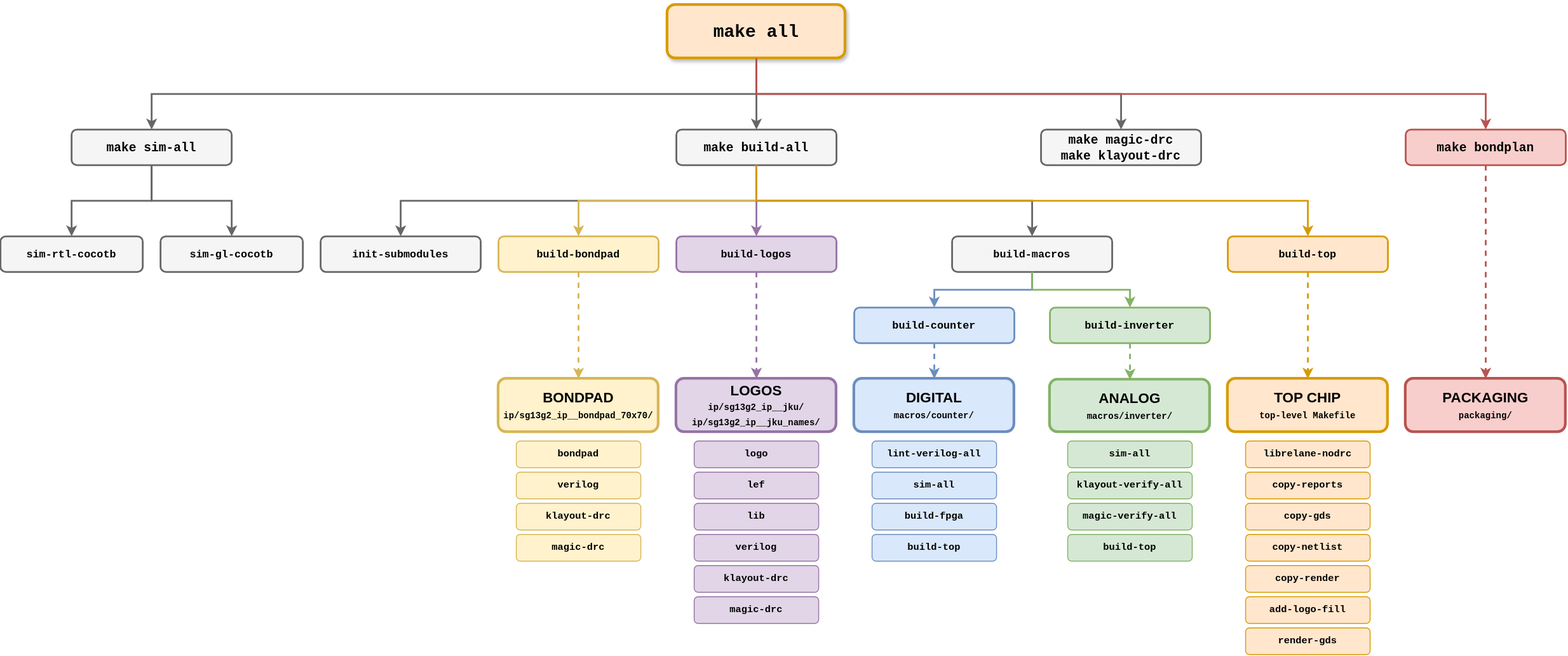
Earlier version of the draw.io export tutorial/fig/targets_overview/targets_overview.svg (iic-jku/ihp-sg13g2-ams-chip-template). Source tidied: cells renumbered, new cells last; positions are measured from the earlier drawing's top-left corner, leaving out a move shared by most shapes.
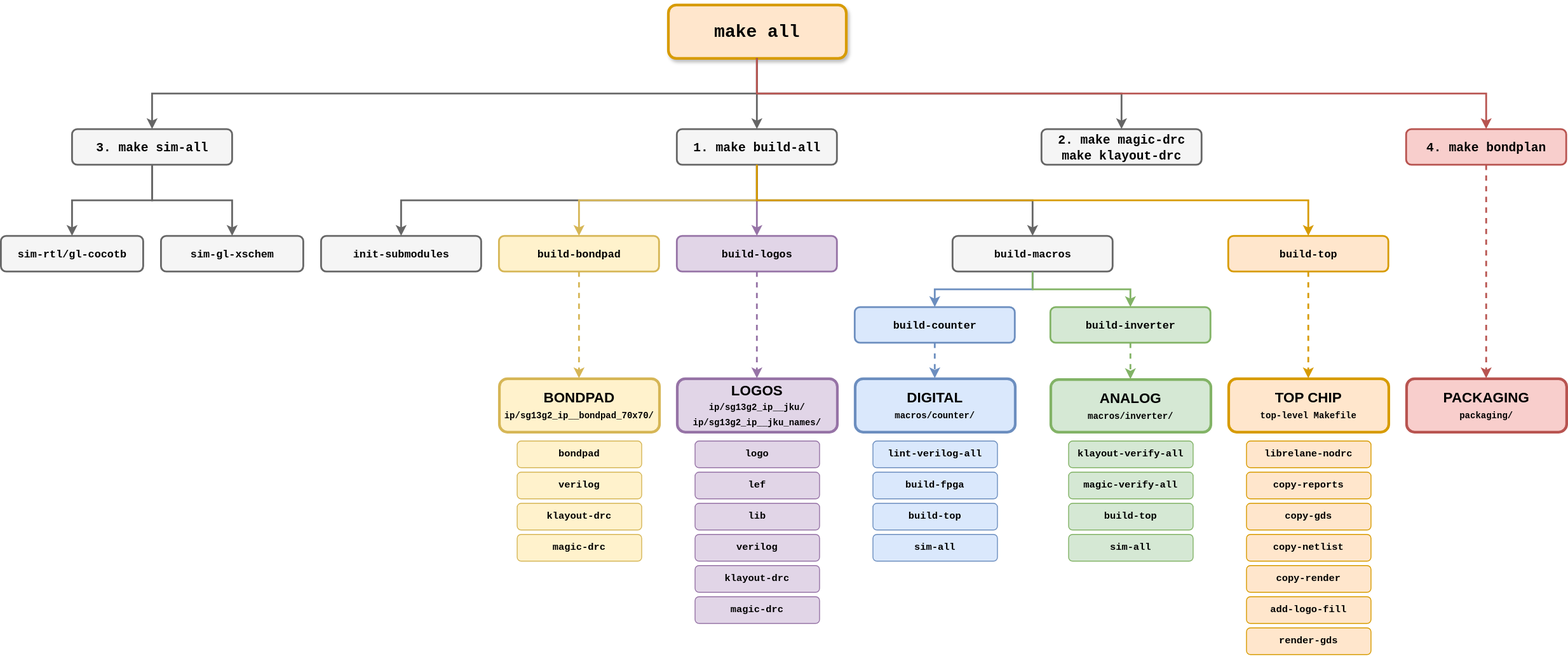
Later version of the same file.

Commit message:
updated `targets_overview` figure

The edit, as a diff of the source:
```diff
@@ -5,21 +5,21 @@
     <mxCell id="2" value="&lt;font face=&quot;Courier New&quot; style=&quot;font-size: 20px;&quot;&gt;&lt;b&gt;make all&lt;/b&gt;&lt;/font&gt;" style="rounded=1;whiteSpace=wrap;html=1;fontSize=18;fillColor=#ffe6cc;strokeColor=#d79b00;strokeWidth=3;shadow=1;fontStyle=1;verticalAlign=middle;sketch=0;" parent="1" vertex="1">
       <mxGeometry x="750" width="200" height="60" as="geometry" />
     </mxCell>
-    <mxCell id="3" value="&lt;font face=&quot;Courier New&quot;&gt;&lt;b&gt;make sim-all&lt;/b&gt;&lt;/font&gt;" style="rounded=1;whiteSpace=wrap;html=1;fontSize=14;fillColor=#f5f5f5;strokeColor=#666666;strokeWidth=2;fontStyle=1;verticalAlign=middle;sketch=0;" parent="1" vertex="1">
+    <mxCell id="3" value="&lt;font face=&quot;Courier New&quot;&gt;&lt;b&gt;3. make sim-all&lt;/b&gt;&lt;/font&gt;" style="rounded=1;whiteSpace=wrap;html=1;fontSize=14;fillColor=#f5f5f5;strokeColor=#666666;strokeWidth=2;fontStyle=1;verticalAlign=middle;sketch=0;" parent="1" vertex="1">
       <mxGeometry x="80" y="140" width="180" height="40" as="geometry" />
     </mxCell>
-    <mxCell id="4" value="&lt;font face=&quot;Courier New&quot;&gt;&lt;b&gt;make build-all&lt;/b&gt;&lt;/font&gt;" style="rounded=1;whiteSpace=wrap;html=1;fontSize=14;fillColor=#f5f5f5;strokeColor=#666666;strokeWidth=2;fontStyle=1;verticalAlign=middle;sketch=0;" parent="1" vertex="1">
+    <mxCell id="4" value="&lt;font face=&quot;Courier New&quot;&gt;&lt;b&gt;1. make build-all&lt;/b&gt;&lt;/font&gt;" style="rounded=1;whiteSpace=wrap;html=1;fontSize=14;fillColor=#f5f5f5;strokeColor=#666666;strokeWidth=2;fontStyle=1;verticalAlign=middle;sketch=0;" parent="1" vertex="1">
       <mxGeometry x="760" y="140" width="180" height="40" as="geometry" />
     </mxCell>
-    <mxCell id="5" value="&lt;font face=&quot;Courier New&quot;&gt;&lt;b&gt;make magic-drc&lt;/b&gt;&lt;/font&gt;&lt;font style=&quot;font-size: 11px;&quot;&gt;&lt;br&gt;&lt;/font&gt;&lt;div&gt;&lt;font face=&quot;Courier New&quot;&gt;&lt;b&gt;make klayout-drc&lt;/b&gt;&lt;/font&gt;&lt;/div&gt;" style="rounded=1;whiteSpace=wrap;html=1;fontSize=14;fillColor=#f5f5f5;strokeColor=#666666;strokeWidth=2;fontStyle=1;verticalAlign=middle;sketch=0;" parent="1" vertex="1">
+    <mxCell id="5" value="&lt;font face=&quot;Courier New&quot;&gt;&lt;b&gt;2. make magic-drc&lt;/b&gt;&lt;/font&gt;&lt;div&gt;&lt;font face=&quot;Courier New&quot;&gt;&lt;b&gt;make klayout-drc&lt;/b&gt;&lt;/font&gt;&lt;/div&gt;" style="rounded=1;whiteSpace=wrap;html=1;fontSize=14;fillColor=#f5f5f5;strokeColor=#666666;strokeWidth=2;fontStyle=1;verticalAlign=middle;sketch=0;" parent="1" vertex="1">
       <mxGeometry x="1170" y="140" width="180" height="40" as="geometry" />
     </mxCell>
-    <mxCell id="6" value="&lt;font face=&quot;Courier New&quot; style=&quot;font-size: 12px;&quot;&gt;&lt;b&gt;sim-rtl-cocotb&lt;/b&gt;&lt;/font&gt;" style="rounded=1;whiteSpace=wrap;html=1;fontSize=12;fillColor=#f5f5f5;strokeColor=#666666;strokeWidth=2;fontStyle=1;verticalAlign=middle;sketch=0;" parent="1" vertex="1">
-      <mxGeometry y="260" width="160" height="40" as="geometry" />
-    </mxCell>
-    <mxCell id="7" value="&lt;font face=&quot;Courier New&quot; style=&quot;font-size: 12px;&quot;&gt;&lt;b&gt;sim-gl-cocotb&lt;/b&gt;&lt;/font&gt;" style="rounded=1;whiteSpace=wrap;html=1;fontSize=12;fillColor=#f5f5f5;strokeColor=#666666;strokeWidth=2;fontStyle=1;verticalAlign=middle;sketch=0;" parent="1" vertex="1">
-      <mxGeometry x="180" y="260" width="160" height="40" as="geometry" />
+    <mxCell id="7" value="&lt;font face=&quot;Courier New&quot; style=&quot;font-size: 12px;&quot;&gt;&lt;b&gt;sim-rtl/gl-cocotb&lt;/b&gt;&lt;/font&gt;" style="rounded=1;whiteSpace=wrap;html=1;fontSize=12;fillColor=#f5f5f5;strokeColor=#666666;strokeWidth=2;fontStyle=1;verticalAlign=middle;sketch=0;" parent="1" vertex="1">
+      <mxGeometry y="260" width="160" height="40" as="geometry" />
     </mxCell>
+    <mxCell id="66" value="&lt;font face=&quot;Courier New&quot; style=&quot;font-size: 12px;&quot;&gt;&lt;b&gt;sim-gl-xschem&lt;/b&gt;&lt;/font&gt;" style="rounded=1;whiteSpace=wrap;html=1;fontSize=12;fillColor=#f5f5f5;strokeColor=#666666;strokeWidth=2;fontStyle=1;verticalAlign=middle;sketch=0;" parent="1" vertex="1">
+      <mxGeometry x="180" y="260" width="160" height="40" as="geometry" />
+    </mxCell>
     <mxCell id="8" value="&lt;font face=&quot;Courier New&quot; style=&quot;font-size: 12px;&quot;&gt;&lt;b&gt;init-submodules&lt;/b&gt;&lt;/font&gt;" style="rounded=1;whiteSpace=wrap;html=1;fontSize=12;fillColor=#f5f5f5;strokeColor=#666666;strokeWidth=2;fontStyle=1;verticalAlign=middle;sketch=0;" parent="1" vertex="1">
       <mxGeometry x="360" y="260" width="180" height="40" as="geometry" />
     </mxCell>
@@ -41,7 +41,7 @@
     <mxCell id="14" value="&lt;font face=&quot;Courier New&quot; style=&quot;font-size: 12px;&quot;&gt;&lt;b&gt;build-inverter&lt;/b&gt;&lt;/font&gt;" style="rounded=1;whiteSpace=wrap;html=1;fontSize=12;fillColor=#d5e8d4;strokeColor=#82b366;strokeWidth=2;fontStyle=1;verticalAlign=middle;sketch=0;" parent="1" vertex="1">
       <mxGeometry x="1180" y="340" width="180" height="40" as="geometry" />
     </mxCell>
-    <mxCell id="15" value="&lt;font face=&quot;Courier New&quot;&gt;&lt;b&gt;make bondplan&lt;/b&gt;&lt;/font&gt;" style="rounded=1;whiteSpace=wrap;html=1;fontSize=14;fillColor=#f8cecc;strokeColor=#b85450;strokeWidth=2;fontStyle=1;verticalAlign=middle;sketch=0;" parent="1" vertex="1">
+    <mxCell id="15" value="&lt;font face=&quot;Courier New&quot;&gt;&lt;b&gt;4. make bondplan&lt;/b&gt;&lt;/font&gt;" style="rounded=1;whiteSpace=wrap;html=1;fontSize=14;fillColor=#f8cecc;strokeColor=#b85450;strokeWidth=2;fontStyle=1;verticalAlign=middle;sketch=0;" parent="1" vertex="1">
       <mxGeometry x="1580" y="140" width="180" height="40" as="geometry" />
     </mxCell>
     <mxCell id="16" value="&lt;b style=&quot;font-size: 16px;&quot;&gt;PACKAGING&lt;/b&gt;&lt;br&gt;&lt;font style=&quot;font-size: 10px;font-family: Courier New;&quot;&gt;packaging/&lt;/font&gt;" style="rounded=1;whiteSpace=wrap;html=1;fontSize=14;fillColor=#f8cecc;strokeColor=#b85450;strokeWidth=3;fontStyle=1;verticalAlign=middle;sketch=0;" parent="1" vertex="1">
@@ -95,25 +95,25 @@
     <mxCell id="32" value="&lt;font face=&quot;Courier New&quot; style=&quot;font-size: 11px;&quot;&gt;&lt;b&gt;lint-verilog-all&lt;/b&gt;&lt;/font&gt;" style="rounded=1;whiteSpace=wrap;html=1;fontSize=11;fillColor=#dae8fc;strokeColor=#6c8ebf;strokeWidth=1;fontStyle=0;verticalAlign=middle;sketch=0;" parent="1" vertex="1">
       <mxGeometry x="980" y="490" width="140" height="30" as="geometry" />
     </mxCell>
-    <mxCell id="33" value="&lt;font face=&quot;Courier New&quot; style=&quot;font-size: 11px;&quot;&gt;&lt;b&gt;sim-all&lt;/b&gt;&lt;/font&gt;" style="rounded=1;whiteSpace=wrap;html=1;fontSize=11;fillColor=#dae8fc;strokeColor=#6c8ebf;strokeWidth=1;fontStyle=0;verticalAlign=middle;sketch=0;" parent="1" vertex="1">
+    <mxCell id="33" value="&lt;font face=&quot;Courier New&quot; style=&quot;font-size: 11px;&quot;&gt;&lt;b&gt;build-fpga&lt;/b&gt;&lt;/font&gt;" style="rounded=1;whiteSpace=wrap;html=1;fontSize=11;fillColor=#dae8fc;strokeColor=#6c8ebf;strokeWidth=1;fontStyle=0;verticalAlign=middle;sketch=0;" parent="1" vertex="1">
       <mxGeometry x="980" y="525" width="140" height="30" as="geometry" />
     </mxCell>
-    <mxCell id="34" value="&lt;font face=&quot;Courier New&quot; style=&quot;font-size: 11px;&quot;&gt;&lt;b&gt;build-fpga&lt;/b&gt;&lt;/font&gt;" style="rounded=1;whiteSpace=wrap;html=1;fontSize=11;fillColor=#dae8fc;strokeColor=#6c8ebf;strokeWidth=1;fontStyle=0;verticalAlign=middle;sketch=0;" parent="1" vertex="1">
+    <mxCell id="34" value="&lt;font face=&quot;Courier New&quot; style=&quot;font-size: 11px;&quot;&gt;&lt;b&gt;build-top&lt;/b&gt;&lt;/font&gt;" style="rounded=1;whiteSpace=wrap;html=1;fontSize=11;fillColor=#dae8fc;strokeColor=#6c8ebf;strokeWidth=1;fontStyle=0;verticalAlign=middle;sketch=0;" parent="1" vertex="1">
       <mxGeometry x="980" y="560" width="140" height="30" as="geometry" />
     </mxCell>
-    <mxCell id="35" value="&lt;font face=&quot;Courier New&quot; style=&quot;font-size: 11px;&quot;&gt;&lt;b&gt;build-top&lt;/b&gt;&lt;/font&gt;" style="rounded=1;whiteSpace=wrap;html=1;fontSize=11;fillColor=#dae8fc;strokeColor=#6c8ebf;strokeWidth=1;fontStyle=0;verticalAlign=middle;sketch=0;" parent="1" vertex="1">
+    <mxCell id="35" value="&lt;font face=&quot;Courier New&quot; style=&quot;font-size: 11px;&quot;&gt;&lt;b&gt;sim-all&lt;/b&gt;&lt;/font&gt;" style="rounded=1;whiteSpace=wrap;html=1;fontSize=11;fillColor=#dae8fc;strokeColor=#6c8ebf;strokeWidth=1;fontStyle=0;verticalAlign=middle;sketch=0;" parent="1" vertex="1">
       <mxGeometry x="980" y="595" width="140" height="30" as="geometry" />
     </mxCell>
-    <mxCell id="36" value="&lt;font face=&quot;Courier New&quot; style=&quot;font-size: 11px;&quot;&gt;&lt;b&gt;sim-all&lt;/b&gt;&lt;/font&gt;" style="rounded=1;whiteSpace=wrap;html=1;fontSize=11;fillColor=#d5e8d4;strokeColor=#82b366;strokeWidth=1;fontStyle=0;verticalAlign=middle;sketch=0;" parent="1" vertex="1">
+    <mxCell id="36" value="&lt;font face=&quot;Courier New&quot; style=&quot;font-size: 11px;&quot;&gt;&lt;b&gt;klayout-verify-all&lt;/b&gt;&lt;/font&gt;" style="rounded=1;whiteSpace=wrap;html=1;fontSize=11;fillColor=#d5e8d4;strokeColor=#82b366;strokeWidth=1;fontStyle=0;verticalAlign=middle;sketch=0;" parent="1" vertex="1">
       <mxGeometry x="1200" y="490" width="140" height="30" as="geometry" />
     </mxCell>
-    <mxCell id="37" value="&lt;font face=&quot;Courier New&quot; style=&quot;font-size: 11px;&quot;&gt;&lt;b&gt;klayout-verify-all&lt;/b&gt;&lt;/font&gt;" style="rounded=1;whiteSpace=wrap;html=1;fontSize=11;fillColor=#d5e8d4;strokeColor=#82b366;strokeWidth=1;fontStyle=0;verticalAlign=middle;sketch=0;" parent="1" vertex="1">
+    <mxCell id="37" value="&lt;font face=&quot;Courier New&quot; style=&quot;font-size: 11px;&quot;&gt;&lt;b&gt;magic-verify-all&lt;/b&gt;&lt;/font&gt;" style="rounded=1;whiteSpace=wrap;html=1;fontSize=11;fillColor=#d5e8d4;strokeColor=#82b366;strokeWidth=1;fontStyle=0;verticalAlign=middle;sketch=0;" parent="1" vertex="1">
       <mxGeometry x="1200" y="525" width="140" height="30" as="geometry" />
     </mxCell>
-    <mxCell id="38" value="&lt;font face=&quot;Courier New&quot; style=&quot;font-size: 11px;&quot;&gt;&lt;b&gt;magic-verify-all&lt;/b&gt;&lt;/font&gt;" style="rounded=1;whiteSpace=wrap;html=1;fontSize=11;fillColor=#d5e8d4;strokeColor=#82b366;strokeWidth=1;fontStyle=0;verticalAlign=middle;sketch=0;" parent="1" vertex="1">
+    <mxCell id="38" value="&lt;font face=&quot;Courier New&quot; style=&quot;font-size: 11px;&quot;&gt;&lt;b&gt;build-top&lt;/b&gt;&lt;/font&gt;" style="rounded=1;whiteSpace=wrap;html=1;fontSize=11;fillColor=#d5e8d4;strokeColor=#82b366;strokeWidth=1;fontStyle=0;verticalAlign=middle;sketch=0;" parent="1" vertex="1">
       <mxGeometry x="1200" y="560" width="140" height="30" as="geometry" />
     </mxCell>
-    <mxCell id="39" value="&lt;font face=&quot;Courier New&quot; style=&quot;font-size: 11px;&quot;&gt;&lt;b&gt;build-top&lt;/b&gt;&lt;/font&gt;" style="rounded=1;whiteSpace=wrap;html=1;fontSize=11;fillColor=#d5e8d4;strokeColor=#82b366;strokeWidth=1;fontStyle=0;verticalAlign=middle;sketch=0;" parent="1" vertex="1">
+    <mxCell id="39" value="&lt;font face=&quot;Courier New&quot; style=&quot;font-size: 11px;&quot;&gt;&lt;b&gt;sim-all&lt;/b&gt;&lt;/font&gt;" style="rounded=1;whiteSpace=wrap;html=1;fontSize=11;fillColor=#d5e8d4;strokeColor=#82b366;strokeWidth=1;fontStyle=0;verticalAlign=middle;sketch=0;" parent="1" vertex="1">
       <mxGeometry x="1200" y="595" width="140" height="30" as="geometry" />
     </mxCell>
     <mxCell id="40" value="&lt;font face=&quot;Courier New&quot; style=&quot;font-size: 11px;&quot;&gt;&lt;b&gt;librelane-nodrc&lt;/b&gt;&lt;/font&gt;" style="rounded=1;whiteSpace=wrap;html=1;fontSize=11;fillColor=#ffe6cc;strokeColor=#d79b00;strokeWidth=1;fontStyle=0;verticalAlign=middle;sketch=0;" parent="1" vertex="1">
@@ -161,12 +161,12 @@
         </Array>
       </mxGeometry>
     </mxCell>
-    <mxCell id="50" style="edgeStyle=orthogonalEdgeStyle;rounded=0;jettySize=auto;html=1;exitX=0.5;exitY=1;exitDx=0;exitDy=0;entryX=0.5;entryY=0;entryDx=0;entryDy=0;strokeColor=#666666;strokeWidth=2;endArrow=classic;endFill=1;" parent="1" edge="1" source="3" target="6">
-      <mxGeometry relative="1" as="geometry" />
-    </mxCell>
     <mxCell id="51" style="edgeStyle=orthogonalEdgeStyle;rounded=0;jettySize=auto;html=1;exitX=0.5;exitY=1;exitDx=0;exitDy=0;entryX=0.5;entryY=0;entryDx=0;entryDy=0;strokeColor=#666666;strokeWidth=2;endArrow=classic;endFill=1;" parent="1" edge="1" source="3" target="7">
       <mxGeometry relative="1" as="geometry" />
     </mxCell>
+    <mxCell id="67" style="edgeStyle=orthogonalEdgeStyle;rounded=0;jettySize=auto;html=1;exitX=0.5;exitY=1;exitDx=0;exitDy=0;entryX=0.5;entryY=0;entryDx=0;entryDy=0;strokeColor=#666666;strokeWidth=2;endArrow=classic;endFill=1;" parent="1" edge="1" source="3" target="66">
+      <mxGeometry relative="1" as="geometry" />
+    </mxCell>
     <mxCell id="52" style="edgeStyle=orthogonalEdgeStyle;rounded=0;jettySize=auto;html=1;exitX=0.5;exitY=1;exitDx=0;exitDy=0;entryX=0.5;entryY=0;entryDx=0;entryDy=0;strokeColor=#666666;strokeWidth=2;endArrow=classic;endFill=1;" parent="1" edge="1" source="4" target="8">
       <mxGeometry relative="1" as="geometry" />
     </mxCell>
```
